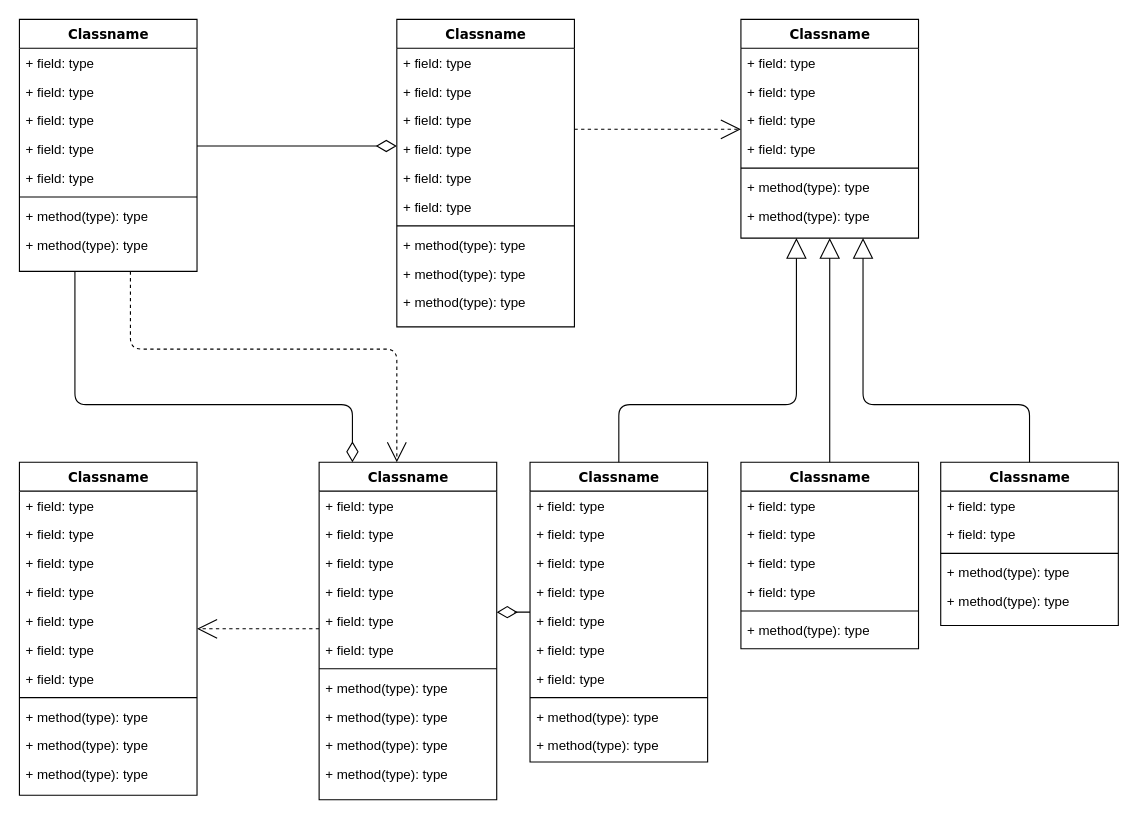
Above: Untitled Diagram.drawio in jorbencas/Netflix_Anime_Api (draw.io), before the change. Source tidied: cells renumbered, new cells numbered last; positions are measured from the earlier drawing's top-left corner, leaving out a move shared by most shapes. Both pictures are drawn from the tidied source at 111%, with x=0, y=0 at pixel (19, 19).
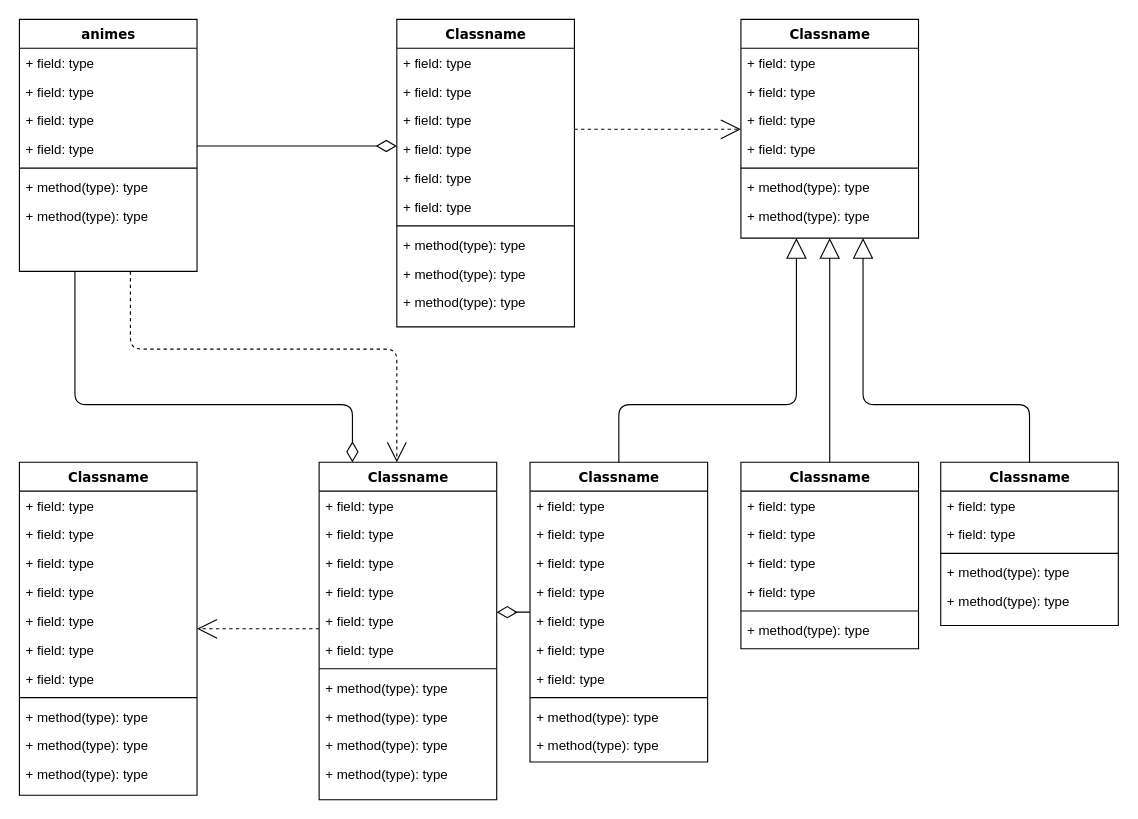
After the change.

What changed in the source:
```diff
@@
-    <mxCell id="4" value="Classname" style="swimlane;html=1;fontStyle=1;align=center;verticalAlign=top;horizontal=1;startSize=26;swimlaneFillColor=#ffffff;rounded=0;shadow=0;comic=0;labelBackgroundColor=none;strokeWidth=1;fillColor=none;fontFamily=Verdana;fontSize=12;" parent="1" vertex="1">
+    <mxCell id="4" value="animes" style="swimlane;html=1;fontStyle=1;align=center;verticalAlign=top;horizontal=1;startSize=26;swimlaneFillColor=#ffffff;rounded=0;shadow=0;comic=0;labelBackgroundColor=none;strokeWidth=1;fillColor=none;fontFamily=Verdana;fontSize=12;" parent="1" vertex="1">
       <mxGeometry width="160" height="227" as="geometry" />
     </mxCell>
-    <mxCell id="5" value="+ field: type" style="text;html=1;strokeColor=none;fillColor=none;align=left;verticalAlign=top;spacingLeft=4;spacingRight=4;whiteSpace=wrap;overflow=hidden;" parent="4" vertex="1">
-      <mxGeometry y="26" width="160" height="26" as="geometry" />
-    </mxCell>
     <mxCell id="6" value="+ field: type" style="text;html=1;strokeColor=none;fillColor=none;align=left;verticalAlign=top;spacingLeft=4;spacingRight=4;whiteSpace=wrap;overflow=hidden;" parent="4" vertex="1">
-      <mxGeometry y="52" width="160" height="26" as="geometry" />
+      <mxGeometry y="26" width="160" height="26" as="geometry" />
     </mxCell>
     <mxCell id="7" value="+ field: type" style="text;html=1;strokeColor=none;fillColor=none;align=left;verticalAlign=top;spacingLeft=4;spacingRight=4;whiteSpace=wrap;overflow=hidden;" parent="4" vertex="1">
-      <mxGeometry y="78" width="160" height="26" as="geometry" />
+      <mxGeometry y="52" width="160" height="26" as="geometry" />
     </mxCell>
     <mxCell id="8" value="+ field: type" style="text;html=1;strokeColor=none;fillColor=none;align=left;verticalAlign=top;spacingLeft=4;spacingRight=4;whiteSpace=wrap;overflow=hidden;" parent="4" vertex="1">
-      <mxGeometry y="104" width="160" height="26" as="geometry" />
+      <mxGeometry y="78" width="160" height="26" as="geometry" />
     </mxCell>
     <mxCell id="9" value="+ field: type" style="text;html=1;strokeColor=none;fillColor=none;align=left;verticalAlign=top;spacingLeft=4;spacingRight=4;whiteSpace=wrap;overflow=hidden;" parent="4" vertex="1">
-      <mxGeometry y="130" width="160" height="26" as="geometry" />
+      <mxGeometry y="104" width="160" height="26" as="geometry" />
     </mxCell>
     <mxCell id="10" style="line;html=1;strokeWidth=1;fillColor=none;align=left;verticalAlign=middle;spacingTop=-1;spacingLeft=3;spacingRight=3;labelPosition=right;" parent="4" vertex="1">
-      <mxGeometry y="156" width="160" height="8" as="geometry" />
+      <mxGeometry y="130" width="160" height="8" as="geometry" />
     </mxCell>
     <mxCell id="11" value="+ method(type): type" style="text;html=1;strokeColor=none;fillColor=none;align=left;verticalAlign=top;spacingLeft=4;spacingRight=4;whiteSpace=wrap;overflow=hidden;" parent="4" vertex="1">
-      <mxGeometry y="164" width="160" height="26" as="geometry" />
+      <mxGeometry y="138" width="160" height="26" as="geometry" />
     </mxCell>
     <mxCell id="12" value="+ method(type): type" style="text;html=1;strokeColor=none;fillColor=none;align=left;verticalAlign=top;spacingLeft=4;spacingRight=4;whiteSpace=wrap;overflow=hidden;" parent="4" vertex="1">
-      <mxGeometry y="190" width="160" height="26" as="geometry" />
+      <mxGeometry y="164" width="160" height="26" as="geometry" />
     </mxCell>
```
